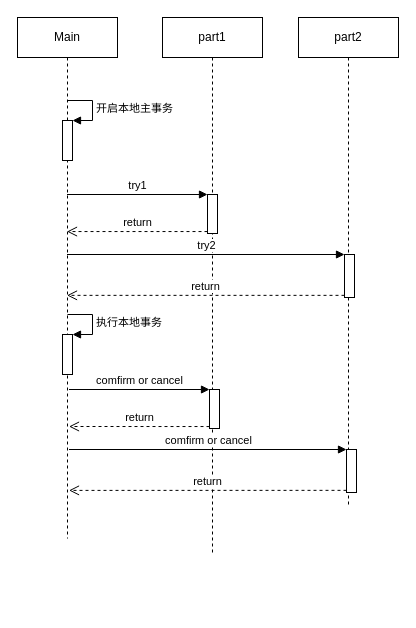
MihirrajDixit/drawio keeps this draw.io diagram as tcc.drawio. Above is the earlier version. Source tidied: cells renumbered, new cells numbered last; positions are measured from the earlier drawing's top-left corner, leaving out a move shared by most shapes. Both pictures are drawn from the tidied source at 100%, with x=0, y=0 at pixel (17, 17).
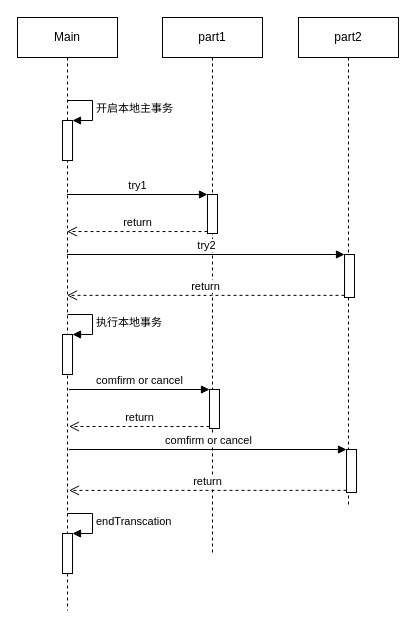
After the change.

Diff of the diagram source:
```diff
@@
     <mxCell id="2" value="Main" style="shape=umlLifeline;perimeter=lifelinePerimeter;whiteSpace=wrap;html=1;outlineConnect=0;" parent="1" vertex="1">
-      <mxGeometry width="100" height="521" as="geometry" />
+      <mxGeometry width="100" height="593" as="geometry" />
     </mxCell>
@@
+    <mxCell id="21" style="html=1;points=[];perimeter=orthogonalPerimeter;" parent="2" vertex="1">
+      <mxGeometry x="45" y="516" width="10" height="40" as="geometry" />
+    </mxCell>
+    <mxCell id="22" value="endTranscation" style="edgeStyle=orthogonalEdgeStyle;html=1;align=left;spacingLeft=2;endArrow=block;rounded=0;entryX=1;entryY=0;" parent="2" edge="1" target="21">
+      <mxGeometry relative="1" as="geometry">
+        <mxPoint x="50" y="496" as="sourcePoint" />
+        <Array as="points">
+          <mxPoint x="75" y="496" />
+        </Array>
+      </mxGeometry>
+    </mxCell>
```
